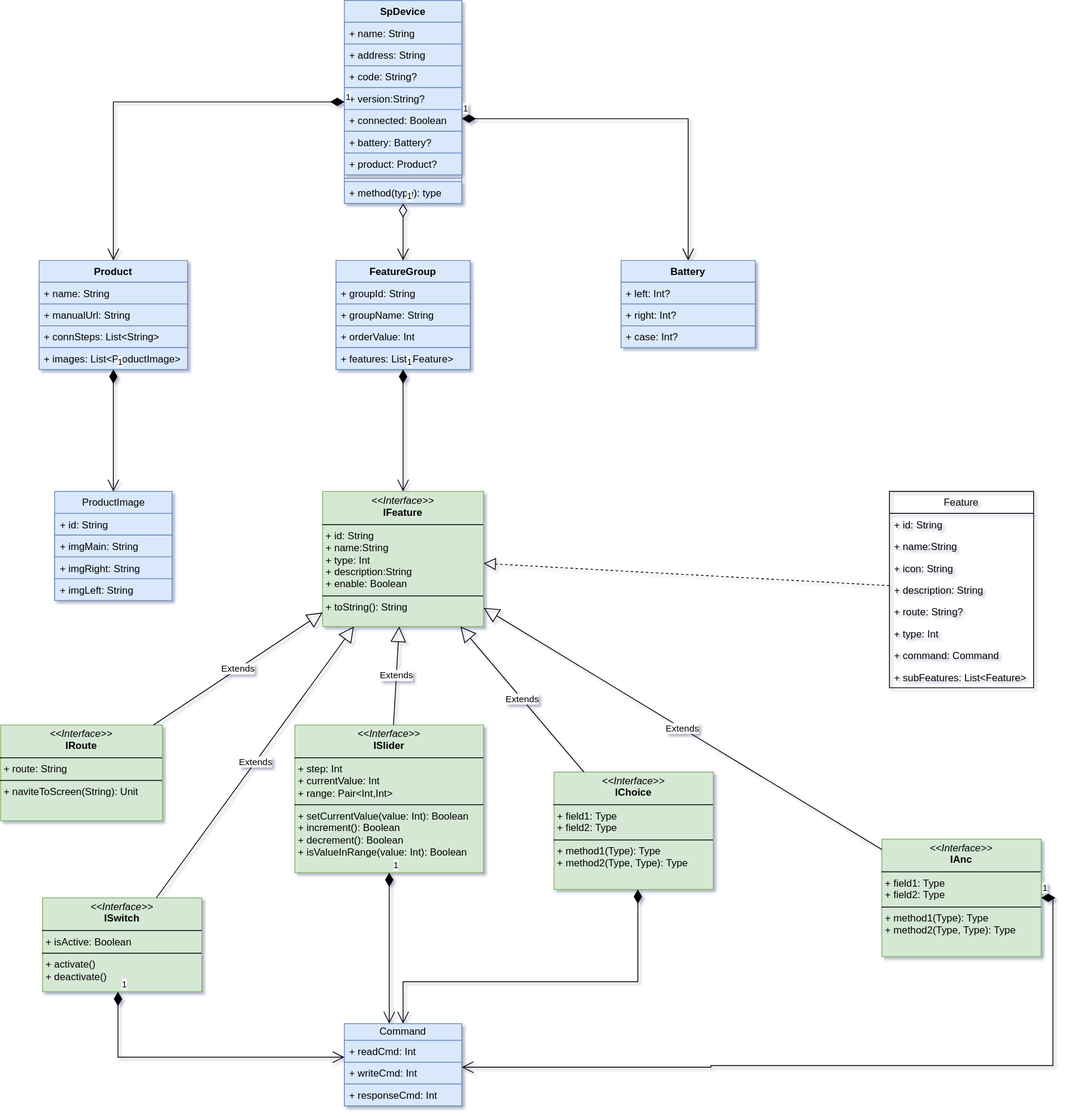
Earlier version of the draw.io export 未命名绘图.drawio.svg (kekemao00/draw-libs). Source tidied: cells renumbered, new cells last; positions are measured from the earlier drawing's top-left corner, leaving out a move shared by most shapes.
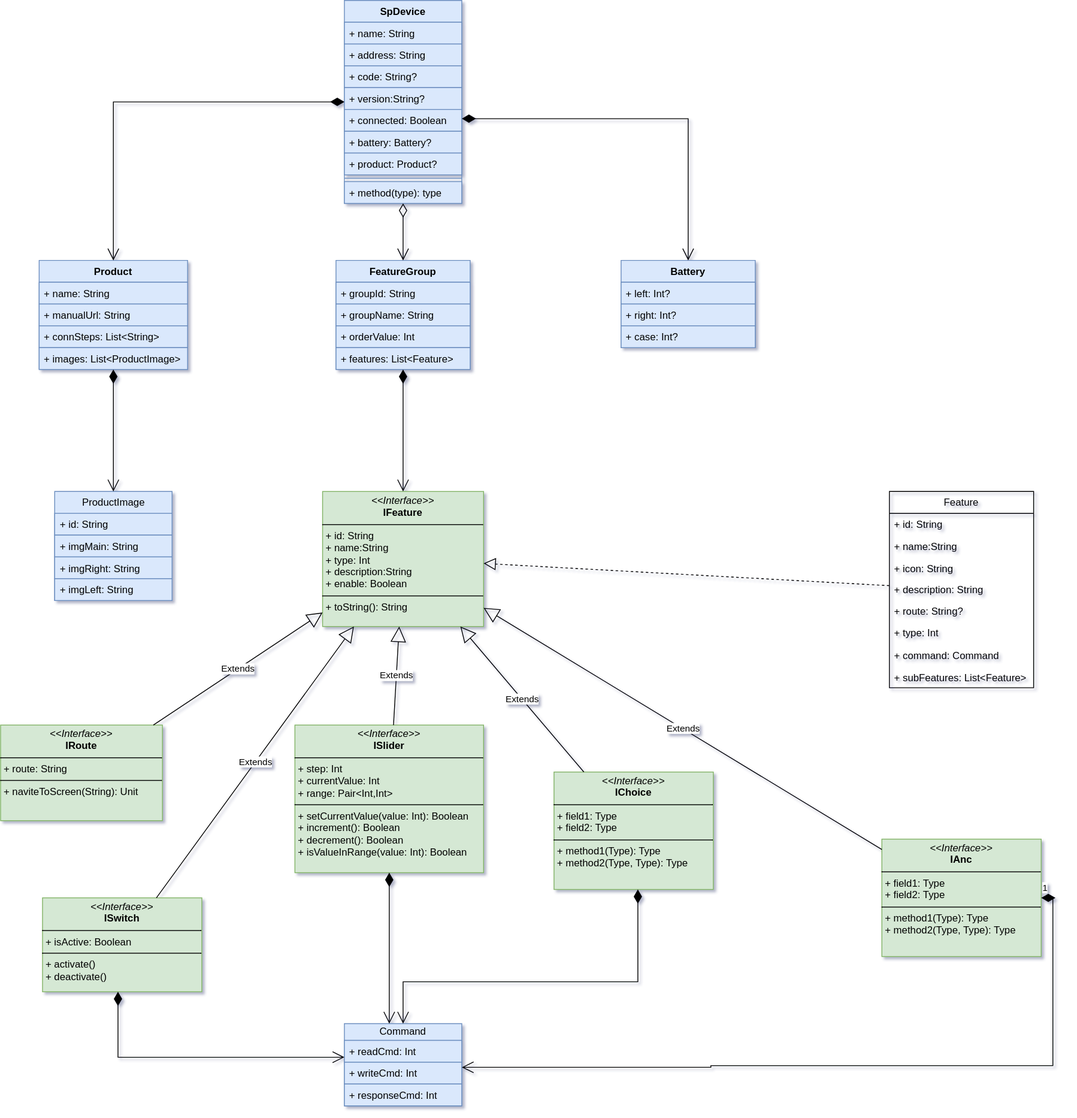
The same file after the commit.

Commit message:
更新未命名绘图.drawio.svg

The edit, as a diff of the source:
```diff
@@ -149,7 +149,7 @@
     <mxCell id="50" value="&lt;p style=&quot;margin:0px;margin-top:4px;text-align:center;&quot;&gt;&lt;i&gt;&amp;lt;&amp;lt;Interface&amp;gt;&amp;gt;&lt;/i&gt;&lt;br&gt;&lt;b&gt;ISlider&lt;/b&gt;&lt;/p&gt;&lt;hr size=&quot;1&quot; style=&quot;border-style:solid;&quot;&gt;&lt;p style=&quot;margin:0px;margin-left:4px;&quot;&gt;+&amp;nbsp;step: Int&lt;br&gt;+&amp;nbsp;currentValue: Int&lt;br&gt;+ range: Pair&amp;lt;Int,Int&amp;gt;&lt;/p&gt;&lt;hr size=&quot;1&quot; style=&quot;border-style:solid;&quot;&gt;&lt;p style=&quot;margin:0px;margin-left:4px;&quot;&gt;+ setCurrentValue(value: Int): Boolean&lt;/p&gt;&lt;p style=&quot;margin:0px;margin-left:4px;&quot;&gt;+ increment(): Boolean&lt;/p&gt;&lt;p style=&quot;margin:0px;margin-left:4px;&quot;&gt;+ decrement(): Boolean&lt;/p&gt;&lt;p style=&quot;margin:0px;margin-left:4px;&quot;&gt;+ isValueInRange(value: Int): Boolean&lt;/p&gt;" style="verticalAlign=top;align=left;overflow=fill;html=1;whiteSpace=wrap;fillColor=#d5e8d4;strokeColor=#82b366;" parent="1" vertex="1">
       <mxGeometry x="351" y="864" width="225" height="176" as="geometry" />
     </mxCell>
-    <mxCell id="51" value="1" style="endArrow=open;html=1;endSize=12;startArrow=diamondThin;startSize=14;startFill=1;edgeStyle=orthogonalEdgeStyle;align=left;verticalAlign=bottom;rounded=0;" parent="1" edge="1" source="2" target="12">
+    <mxCell id="51" style="endArrow=open;html=1;endSize=12;startArrow=diamondThin;startSize=14;startFill=1;edgeStyle=orthogonalEdgeStyle;align=left;verticalAlign=bottom;rounded=0;" parent="1" edge="1" source="2" target="12">
       <mxGeometry x="-1" y="3" relative="1" as="geometry">
         <Array as="points">
           <mxPoint x="630" y="141" />
@@ -157,16 +157,16 @@
         </Array>
       </mxGeometry>
     </mxCell>
-    <mxCell id="52" value="1" style="endArrow=open;html=1;endSize=12;startArrow=diamondThin;startSize=14;startFill=1;edgeStyle=orthogonalEdgeStyle;align=left;verticalAlign=bottom;rounded=0;" parent="1" edge="1" source="2" target="16">
+    <mxCell id="52" style="endArrow=open;html=1;endSize=12;startArrow=diamondThin;startSize=14;startFill=1;edgeStyle=orthogonalEdgeStyle;align=left;verticalAlign=bottom;rounded=0;" parent="1" edge="1" source="2" target="16">
       <mxGeometry x="-1" y="3" relative="1" as="geometry" />
     </mxCell>
-    <mxCell id="53" value="1" style="endArrow=open;html=1;endSize=12;startArrow=diamondThin;startSize=14;startFill=1;edgeStyle=orthogonalEdgeStyle;align=left;verticalAlign=bottom;rounded=0;" parent="1" edge="1" source="16" target="21">
+    <mxCell id="53" style="endArrow=open;html=1;endSize=12;startArrow=diamondThin;startSize=14;startFill=1;edgeStyle=orthogonalEdgeStyle;align=left;verticalAlign=bottom;rounded=0;" parent="1" edge="1" source="16" target="21">
       <mxGeometry x="-1" y="3" relative="1" as="geometry" />
     </mxCell>
-    <mxCell id="54" value="1" style="endArrow=open;html=1;endSize=12;startArrow=diamondThin;startSize=14;startFill=0;edgeStyle=orthogonalEdgeStyle;align=left;verticalAlign=bottom;rounded=0;" parent="1" edge="1" source="2" target="26">
+    <mxCell id="54" style="endArrow=open;html=1;endSize=12;startArrow=diamondThin;startSize=14;startFill=0;edgeStyle=orthogonalEdgeStyle;align=left;verticalAlign=bottom;rounded=0;" parent="1" edge="1" source="2" target="26">
       <mxGeometry x="-1" y="3" relative="1" as="geometry" />
     </mxCell>
-    <mxCell id="55" value="1" style="endArrow=open;html=1;endSize=12;startArrow=diamondThin;startSize=14;startFill=1;edgeStyle=orthogonalEdgeStyle;align=left;verticalAlign=bottom;rounded=0;" parent="1" edge="1" source="26" target="44">
+    <mxCell id="55" style="endArrow=open;html=1;endSize=12;startArrow=diamondThin;startSize=14;startFill=1;edgeStyle=orthogonalEdgeStyle;align=left;verticalAlign=bottom;rounded=0;" parent="1" edge="1" source="26" target="44">
       <mxGeometry x="-1" y="3" relative="1" as="geometry" />
     </mxCell>
     <mxCell id="56" value="Extends" style="endArrow=block;endSize=16;endFill=0;html=1;rounded=0;" parent="1" edge="1" source="45" target="44">
@@ -192,14 +192,14 @@
         </Array>
       </mxGeometry>
     </mxCell>
-    <mxCell id="62" value="1" style="endArrow=open;html=1;endSize=12;startArrow=diamondThin;startSize=14;startFill=1;edgeStyle=orthogonalEdgeStyle;align=left;verticalAlign=bottom;rounded=0;" parent="1" edge="1" source="49" target="40">
+    <mxCell id="62" style="endArrow=open;html=1;endSize=12;startArrow=diamondThin;startSize=14;startFill=1;edgeStyle=orthogonalEdgeStyle;align=left;verticalAlign=bottom;rounded=0;" parent="1" edge="1" source="49" target="40">
       <mxGeometry x="-1" y="3" relative="1" as="geometry">
         <Array as="points">
           <mxPoint x="140" y="1260" />
         </Array>
       </mxGeometry>
     </mxCell>
-    <mxCell id="63" value="1" style="endArrow=open;html=1;endSize=12;startArrow=diamondThin;startSize=14;startFill=1;edgeStyle=orthogonalEdgeStyle;align=left;verticalAlign=bottom;rounded=0;" parent="1" edge="1" source="50" target="40">
+    <mxCell id="63" style="endArrow=open;html=1;endSize=12;startArrow=diamondThin;startSize=14;startFill=1;edgeStyle=orthogonalEdgeStyle;align=left;verticalAlign=bottom;rounded=0;" parent="1" edge="1" source="50" target="40">
       <mxGeometry x="-1" y="3" relative="1" as="geometry">
         <Array as="points">
           <mxPoint x="463" y="1070" />
```
